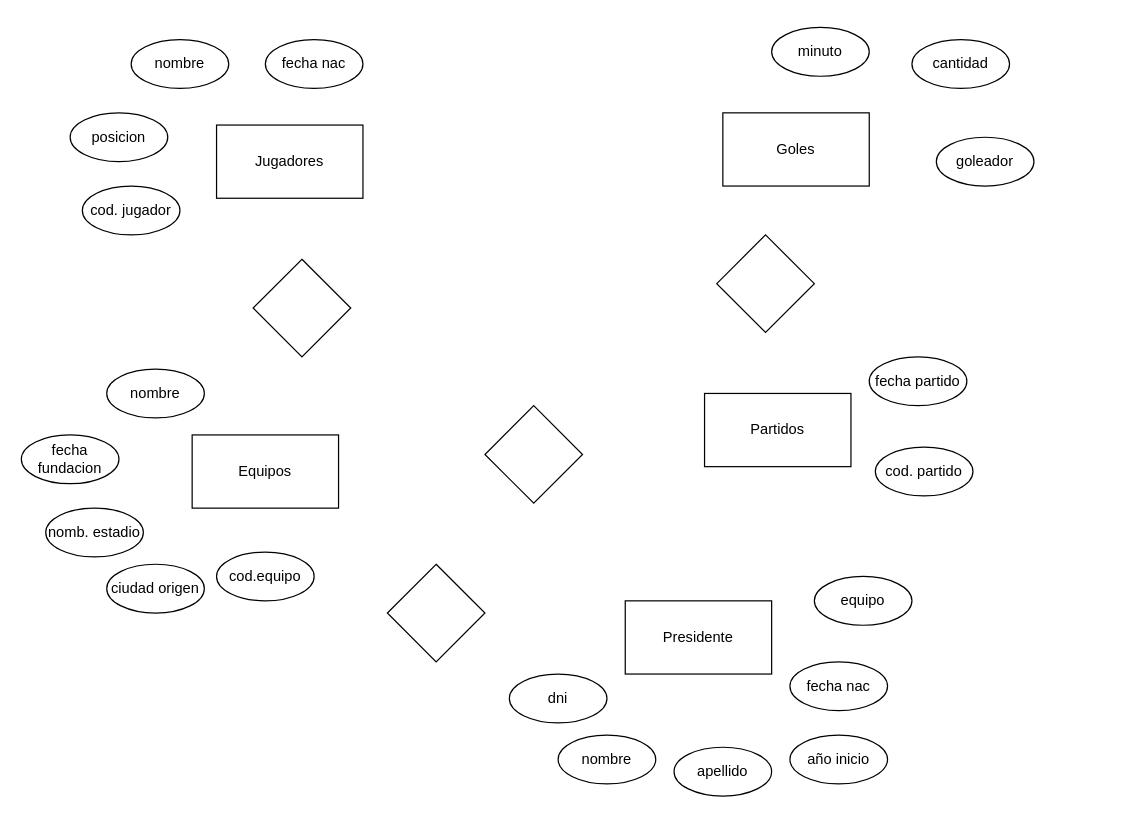
Before: BDD ejercicio 8.drawio in JoaquinIVL95/BDD---TUDW, a draw.io diagram. Source tidied: cells renumbered, new cells numbered last; positions are measured from the earlier drawing's top-left corner, leaving out a move shared by most shapes. Both pictures are drawn from the tidied source at 122%, with x=0, y=0 at pixel (21, 27).
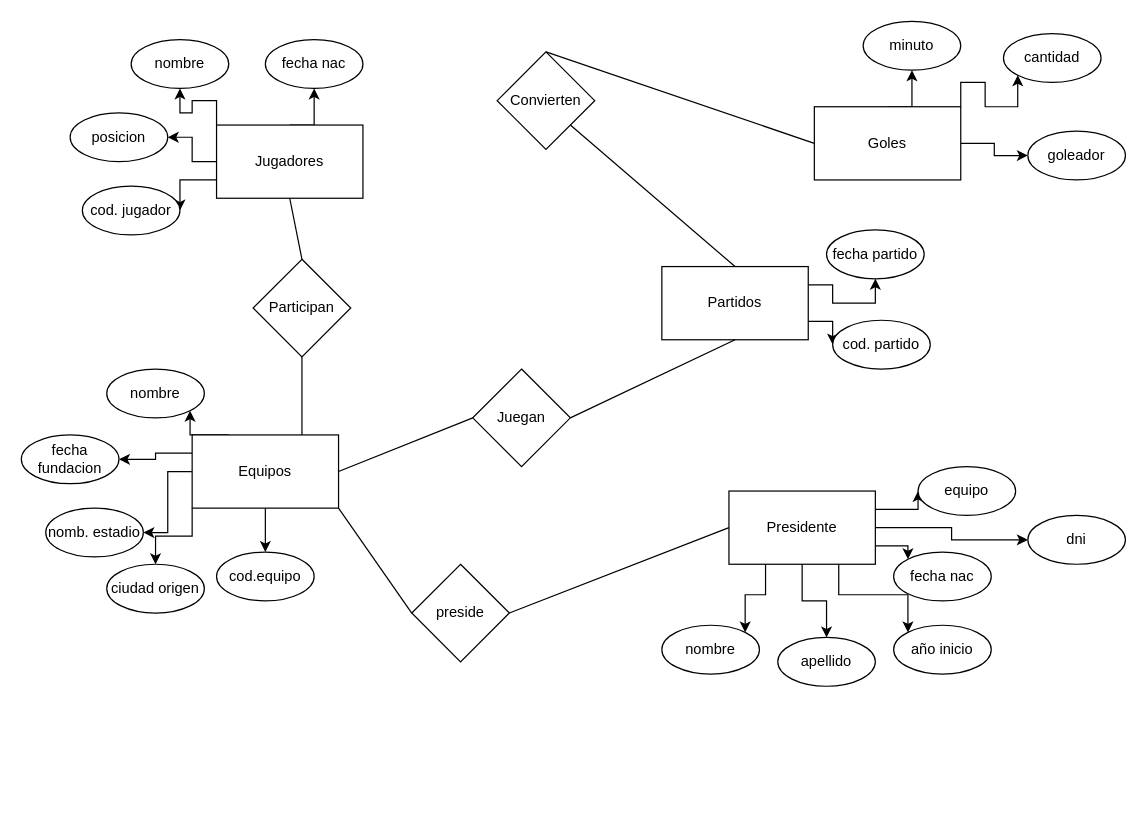
After the change.

Unchanged cells that the change refers to:
```xml
<mxCell id="2" value="Jugadores" style="rounded=0;whiteSpace=wrap;html=1;" parent="1" vertex="1">
  <mxGeometry x="160" y="80" width="120" height="60" as="geometry" />
</mxCell>
<mxCell id="6" value="Equipos" style="rounded=0;whiteSpace=wrap;html=1;" parent="1" vertex="1">
  <mxGeometry x="140" y="334" width="120" height="60" as="geometry" />
</mxCell>
<mxCell id="7" value="nombre" style="ellipse;whiteSpace=wrap;html=1;" parent="1" vertex="1">
  <mxGeometry x="90" y="10" width="80" height="40" as="geometry" />
</mxCell>
<mxCell id="8" value="fecha nac" style="ellipse;whiteSpace=wrap;html=1;" parent="1" vertex="1">
  <mxGeometry x="200" y="10" width="80" height="40" as="geometry" />
</mxCell>
<mxCell id="9" value="posicion" style="ellipse;whiteSpace=wrap;html=1;" parent="1" vertex="1">
  <mxGeometry x="40" y="70" width="80" height="40" as="geometry" />
</mxCell>
<mxCell id="10" value="cod. jugador" style="ellipse;whiteSpace=wrap;html=1;" parent="1" vertex="1">
  <mxGeometry x="50" y="130" width="80" height="40" as="geometry" />
</mxCell>
<mxCell id="11" value="nombre" style="ellipse;whiteSpace=wrap;html=1;" parent="1" vertex="1">
  <mxGeometry x="70" y="280" width="80" height="40" as="geometry" />
</mxCell>
<mxCell id="12" value="nomb. estadio" style="ellipse;whiteSpace=wrap;html=1;" parent="1" vertex="1">
  <mxGeometry x="20" y="394" width="80" height="40" as="geometry" />
</mxCell>
<mxCell id="13" value="fecha fundacion" style="ellipse;whiteSpace=wrap;html=1;" parent="1" vertex="1">
  <mxGeometry y="334" width="80" height="40" as="geometry" />
</mxCell>
<mxCell id="14" value="ciudad origen" style="ellipse;whiteSpace=wrap;html=1;" parent="1" vertex="1">
  <mxGeometry x="70" y="440" width="80" height="40" as="geometry" />
</mxCell>
<mxCell id="15" value="cod.equipo" style="ellipse;whiteSpace=wrap;html=1;" parent="1" vertex="1">
  <mxGeometry x="160" y="430" width="80" height="40" as="geometry" />
</mxCell>
```

The edit, as a diff of the source:
```diff
@@
+    <mxCell id="31" style="edgeStyle=orthogonalEdgeStyle;rounded=0;jettySize=auto;html=1;exitX=0;exitY=0.75;exitDx=0;exitDy=0;entryX=1;entryY=0.5;entryDx=0;entryDy=0;" parent="1" edge="1" source="2" target="10">
+      <mxGeometry relative="1" as="geometry" />
+    </mxCell>
+    <mxCell id="32" style="edgeStyle=orthogonalEdgeStyle;rounded=0;jettySize=auto;html=1;exitX=0;exitY=0.5;exitDx=0;exitDy=0;entryX=1;entryY=0.5;entryDx=0;entryDy=0;" parent="1" edge="1" source="2" target="9">
+      <mxGeometry relative="1" as="geometry" />
+    </mxCell>
+    <mxCell id="33" style="edgeStyle=orthogonalEdgeStyle;rounded=0;jettySize=auto;html=1;exitX=0;exitY=0;exitDx=0;exitDy=0;entryX=0.5;entryY=1;entryDx=0;entryDy=0;" parent="1" edge="1" source="2" target="7">
+      <mxGeometry relative="1" as="geometry" />
+    </mxCell>
+    <mxCell id="34" style="edgeStyle=orthogonalEdgeStyle;rounded=0;jettySize=auto;html=1;exitX=0.5;exitY=0;exitDx=0;exitDy=0;entryX=0.5;entryY=1;entryDx=0;entryDy=0;" parent="1" edge="1" source="2" target="8">
+      <mxGeometry relative="1" as="geometry" />
+    </mxCell>
@@
+    <mxCell id="35" style="edgeStyle=orthogonalEdgeStyle;rounded=0;jettySize=auto;html=1;exitX=1;exitY=0.25;exitDx=0;exitDy=0;entryX=0.5;entryY=1;entryDx=0;entryDy=0;" parent="1" edge="1" source="3" target="16">
+      <mxGeometry relative="1" as="geometry" />
+    </mxCell>
+    <mxCell id="36" style="edgeStyle=orthogonalEdgeStyle;rounded=0;jettySize=auto;html=1;exitX=1;exitY=0.75;exitDx=0;exitDy=0;entryX=0;entryY=0.5;entryDx=0;entryDy=0;" parent="1" edge="1" source="3" target="17">
+      <mxGeometry relative="1" as="geometry" />
+    </mxCell>
     <mxCell id="3" value="Partidos" style="rounded=0;whiteSpace=wrap;html=1;" parent="1" vertex="1">
-      <mxGeometry x="560" y="300" width="120" height="60" as="geometry" />
+      <mxGeometry x="525" y="196" width="120" height="60" as="geometry" />
     </mxCell>
+    <mxCell id="37" style="edgeStyle=orthogonalEdgeStyle;rounded=0;jettySize=auto;html=1;exitX=0.5;exitY=0;exitDx=0;exitDy=0;entryX=0.5;entryY=1;entryDx=0;entryDy=0;" parent="1" edge="1" source="4" target="24">
+      <mxGeometry relative="1" as="geometry" />
+    </mxCell>
+    <mxCell id="38" style="edgeStyle=orthogonalEdgeStyle;rounded=0;jettySize=auto;html=1;exitX=1;exitY=0;exitDx=0;exitDy=0;entryX=0;entryY=1;entryDx=0;entryDy=0;" parent="1" edge="1" source="4" target="18">
+      <mxGeometry relative="1" as="geometry" />
+    </mxCell>
+    <mxCell id="39" style="edgeStyle=orthogonalEdgeStyle;rounded=0;jettySize=auto;html=1;exitX=1;exitY=0.5;exitDx=0;exitDy=0;entryX=0;entryY=0.5;entryDx=0;entryDy=0;" parent="1" edge="1" source="4" target="19">
+      <mxGeometry relative="1" as="geometry" />
+    </mxCell>
     <mxCell id="4" value="Goles" style="rounded=0;whiteSpace=wrap;html=1;" parent="1" vertex="1">
-      <mxGeometry x="575" y="70" width="120" height="60" as="geometry" />
+      <mxGeometry x="650" y="65" width="120" height="60" as="geometry" />
     </mxCell>
+    <mxCell id="40" style="edgeStyle=orthogonalEdgeStyle;rounded=0;jettySize=auto;html=1;exitX=1;exitY=0.25;exitDx=0;exitDy=0;entryX=0;entryY=0.5;entryDx=0;entryDy=0;" parent="1" edge="1" source="5" target="29">
+      <mxGeometry relative="1" as="geometry" />
+    </mxCell>
+    <mxCell id="41" style="edgeStyle=orthogonalEdgeStyle;rounded=0;jettySize=auto;html=1;exitX=1;exitY=0.75;exitDx=0;exitDy=0;entryX=0;entryY=0;entryDx=0;entryDy=0;" parent="1" edge="1" source="5" target="28">
+      <mxGeometry relative="1" as="geometry" />
+    </mxCell>
+    <mxCell id="42" style="edgeStyle=orthogonalEdgeStyle;rounded=0;jettySize=auto;html=1;exitX=0.75;exitY=1;exitDx=0;exitDy=0;entryX=0;entryY=0;entryDx=0;entryDy=0;" parent="1" edge="1" source="5" target="30">
+      <mxGeometry relative="1" as="geometry" />
+    </mxCell>
+    <mxCell id="43" style="edgeStyle=orthogonalEdgeStyle;rounded=0;jettySize=auto;html=1;exitX=0.5;exitY=1;exitDx=0;exitDy=0;entryX=0.5;entryY=0;entryDx=0;entryDy=0;" parent="1" edge="1" source="5" target="27">
+      <mxGeometry relative="1" as="geometry" />
+    </mxCell>
+    <mxCell id="44" style="edgeStyle=orthogonalEdgeStyle;rounded=0;jettySize=auto;html=1;exitX=0.25;exitY=1;exitDx=0;exitDy=0;entryX=1;entryY=0;entryDx=0;entryDy=0;" parent="1" edge="1" source="5" target="26">
+      <mxGeometry relative="1" as="geometry" />
+    </mxCell>
+    <mxCell id="45" style="edgeStyle=orthogonalEdgeStyle;rounded=0;jettySize=auto;html=1;exitX=1;exitY=0.5;exitDx=0;exitDy=0;entryX=0;entryY=0.5;entryDx=0;entryDy=0;" parent="1" edge="1" source="5" target="25">
+      <mxGeometry relative="1" as="geometry" />
+    </mxCell>
     <mxCell id="5" value="Presidente" style="rounded=0;whiteSpace=wrap;html=1;" parent="1" vertex="1">
-      <mxGeometry x="495" y="470" width="120" height="60" as="geometry" />
+      <mxGeometry x="580" y="380" width="120" height="60" as="geometry" />
     </mxCell>
+    <mxCell id="46" style="edgeStyle=orthogonalEdgeStyle;rounded=0;jettySize=auto;html=1;exitX=0.5;exitY=1;exitDx=0;exitDy=0;entryX=0.5;entryY=0;entryDx=0;entryDy=0;" parent="1" edge="1" source="6" target="15">
+      <mxGeometry relative="1" as="geometry" />
+    </mxCell>
+    <mxCell id="47" style="edgeStyle=orthogonalEdgeStyle;rounded=0;jettySize=auto;html=1;exitX=0;exitY=1;exitDx=0;exitDy=0;" parent="1" edge="1" source="6" target="14">
+      <mxGeometry relative="1" as="geometry" />
+    </mxCell>
+    <mxCell id="48" style="edgeStyle=orthogonalEdgeStyle;rounded=0;jettySize=auto;html=1;exitX=0;exitY=0.5;exitDx=0;exitDy=0;" parent="1" edge="1" source="6" target="12">
+      <mxGeometry relative="1" as="geometry" />
+    </mxCell>
+    <mxCell id="49" style="edgeStyle=orthogonalEdgeStyle;rounded=0;jettySize=auto;html=1;exitX=0;exitY=0.25;exitDx=0;exitDy=0;" parent="1" edge="1" source="6" target="13">
+      <mxGeometry relative="1" as="geometry" />
+    </mxCell>
+    <mxCell id="50" style="edgeStyle=orthogonalEdgeStyle;rounded=0;jettySize=auto;html=1;exitX=0.25;exitY=0;exitDx=0;exitDy=0;entryX=1;entryY=1;entryDx=0;entryDy=0;" parent="1" edge="1" source="6" target="11">
+      <mxGeometry relative="1" as="geometry" />
+    </mxCell>
@@
     <mxCell id="16" value="fecha partido" style="ellipse;whiteSpace=wrap;html=1;" parent="1" vertex="1">
-      <mxGeometry x="695" y="270" width="80" height="40" as="geometry" />
+      <mxGeometry x="660" y="166" width="80" height="40" as="geometry" />
     </mxCell>
     <mxCell id="17" value="cod. partido" style="ellipse;whiteSpace=wrap;html=1;" parent="1" vertex="1">
-      <mxGeometry x="700" y="344" width="80" height="40" as="geometry" />
+      <mxGeometry x="665" y="240" width="80" height="40" as="geometry" />
     </mxCell>
     <mxCell id="18" value="cantidad" style="ellipse;whiteSpace=wrap;html=1;" parent="1" vertex="1">
-      <mxGeometry x="730" y="10" width="80" height="40" as="geometry" />
+      <mxGeometry x="805" y="5" width="80" height="40" as="geometry" />
     </mxCell>
     <mxCell id="19" value="goleador" style="ellipse;whiteSpace=wrap;html=1;" parent="1" vertex="1">
-      <mxGeometry x="750" y="90" width="80" height="40" as="geometry" />
+      <mxGeometry x="825" y="85" width="80" height="40" as="geometry" />
     </mxCell>
-    <mxCell id="20" style="rhombus;whiteSpace=wrap;html=1;" parent="1" vertex="1">
+    <mxCell id="20" value="Participan" style="rhombus;whiteSpace=wrap;html=1;" parent="1" vertex="1">
       <mxGeometry x="190" y="190" width="80" height="80" as="geometry" />
     </mxCell>
-    <mxCell id="21" style="rhombus;whiteSpace=wrap;html=1;" parent="1" vertex="1">
-      <mxGeometry x="570" y="170" width="80" height="80" as="geometry" />
+    <mxCell id="21" value="Convierten" style="rhombus;whiteSpace=wrap;html=1;" parent="1" vertex="1">
+      <mxGeometry x="390" y="20" width="80" height="80" as="geometry" />
     </mxCell>
-    <mxCell id="22" style="rhombus;whiteSpace=wrap;html=1;" parent="1" vertex="1">
-      <mxGeometry x="380" y="310" width="80" height="80" as="geometry" />
+    <mxCell id="22" value="Juegan" style="rhombus;whiteSpace=wrap;html=1;" parent="1" vertex="1">
+      <mxGeometry x="370" y="280" width="80" height="80" as="geometry" />
     </mxCell>
-    <mxCell id="23" style="rhombus;whiteSpace=wrap;html=1;" parent="1" vertex="1">
-      <mxGeometry x="300" y="440" width="80" height="80" as="geometry" />
+    <mxCell id="23" value="preside" style="rhombus;whiteSpace=wrap;html=1;" parent="1" vertex="1">
+      <mxGeometry x="320" y="440" width="80" height="80" as="geometry" />
     </mxCell>
     <mxCell id="24" value="minuto" style="ellipse;whiteSpace=wrap;html=1;" parent="1" vertex="1">
-      <mxGeometry x="615" width="80" height="40" as="geometry" />
+      <mxGeometry x="690" y="-5" width="80" height="40" as="geometry" />
     </mxCell>
     <mxCell id="25" value="dni" style="ellipse;whiteSpace=wrap;html=1;" parent="1" vertex="1">
-      <mxGeometry x="400" y="530" width="80" height="40" as="geometry" />
+      <mxGeometry x="825" y="400" width="80" height="40" as="geometry" />
     </mxCell>
     <mxCell id="26" value="nombre" style="ellipse;whiteSpace=wrap;html=1;" parent="1" vertex="1">
-      <mxGeometry x="440" y="580" width="80" height="40" as="geometry" />
+      <mxGeometry x="525" y="490" width="80" height="40" as="geometry" />
     </mxCell>
     <mxCell id="27" value="apellido" style="ellipse;whiteSpace=wrap;html=1;" parent="1" vertex="1">
-      <mxGeometry x="535" y="590" width="80" height="40" as="geometry" />
+      <mxGeometry x="620" y="500" width="80" height="40" as="geometry" />
     </mxCell>
     <mxCell id="28" value="fecha nac" style="ellipse;whiteSpace=wrap;html=1;" parent="1" vertex="1">
-      <mxGeometry x="630" y="520" width="80" height="40" as="geometry" />
+      <mxGeometry x="715" y="430" width="80" height="40" as="geometry" />
     </mxCell>
     <mxCell id="29" value="equipo" style="ellipse;whiteSpace=wrap;html=1;" parent="1" vertex="1">
-      <mxGeometry x="650" y="450" width="80" height="40" as="geometry" />
+      <mxGeometry x="735" y="360" width="80" height="40" as="geometry" />
     </mxCell>
     <mxCell id="30" value="año inicio" style="ellipse;whiteSpace=wrap;html=1;" parent="1" vertex="1">
-      <mxGeometry x="630" y="580" width="80" height="40" as="geometry" />
+      <mxGeometry x="715" y="490" width="80" height="40" as="geometry" />
     </mxCell>
+    <mxCell id="51" style="endArrow=none;html=1;rounded=0;entryX=0.5;entryY=1;entryDx=0;entryDy=0;exitX=0.5;exitY=0;exitDx=0;exitDy=0;" parent="1" edge="1" source="20" target="2">
+      <mxGeometry relative="1" as="geometry" />
+    </mxCell>
+    <mxCell id="52" style="endArrow=none;html=1;rounded=0;entryX=0.75;entryY=0;entryDx=0;entryDy=0;exitX=0.5;exitY=1;exitDx=0;exitDy=0;" parent="1" edge="1" source="20" target="6">
+      <mxGeometry relative="1" as="geometry" />
+    </mxCell>
+    <mxCell id="53" style="endArrow=none;html=1;rounded=0;entryX=0;entryY=0.5;entryDx=0;entryDy=0;exitX=1;exitY=1;exitDx=0;exitDy=0;" parent="1" edge="1" source="6" target="23">
+      <mxGeometry relative="1" as="geometry" />
+    </mxCell>
+    <mxCell id="54" style="endArrow=none;html=1;rounded=0;entryX=0;entryY=0.5;entryDx=0;entryDy=0;exitX=1;exitY=0.5;exitDx=0;exitDy=0;" parent="1" edge="1" source="23" target="5">
+      <mxGeometry relative="1" as="geometry" />
+    </mxCell>
+    <mxCell id="55" style="endArrow=none;html=1;rounded=0;entryX=1;entryY=0.5;entryDx=0;entryDy=0;exitX=0;exitY=0.5;exitDx=0;exitDy=0;" parent="1" edge="1" source="22" target="6">
+      <mxGeometry relative="1" as="geometry" />
+    </mxCell>
+    <mxCell id="56" style="endArrow=none;html=1;rounded=0;entryX=1;entryY=0.5;entryDx=0;entryDy=0;exitX=0.5;exitY=1;exitDx=0;exitDy=0;" parent="1" edge="1" source="3" target="22">
+      <mxGeometry relative="1" as="geometry" />
+    </mxCell>
+    <mxCell id="57" style="endArrow=none;html=1;rounded=0;entryX=0.5;entryY=0;entryDx=0;entryDy=0;exitX=1;exitY=1;exitDx=0;exitDy=0;" parent="1" edge="1" source="21" target="3">
+      <mxGeometry relative="1" as="geometry" />
+    </mxCell>
+    <mxCell id="58" style="endArrow=none;html=1;rounded=0;entryX=0.5;entryY=0;entryDx=0;entryDy=0;exitX=0;exitY=0.5;exitDx=0;exitDy=0;" parent="1" edge="1" source="4" target="21">
+      <mxGeometry relative="1" as="geometry" />
+    </mxCell>
```
